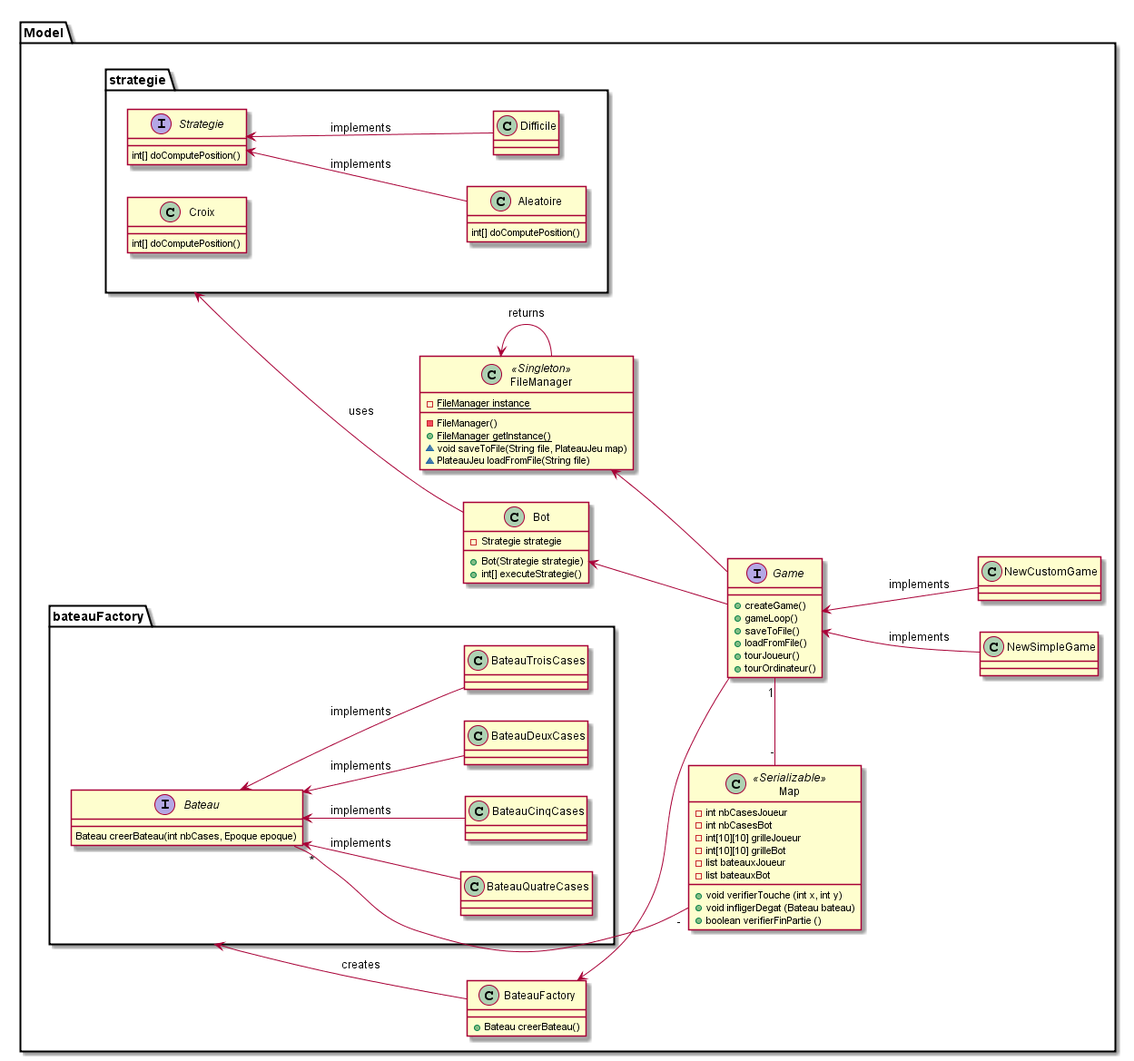
Before: ClassDiagram.png, a diagram exported from PlantUML (sT4R3K/batailleNavale).
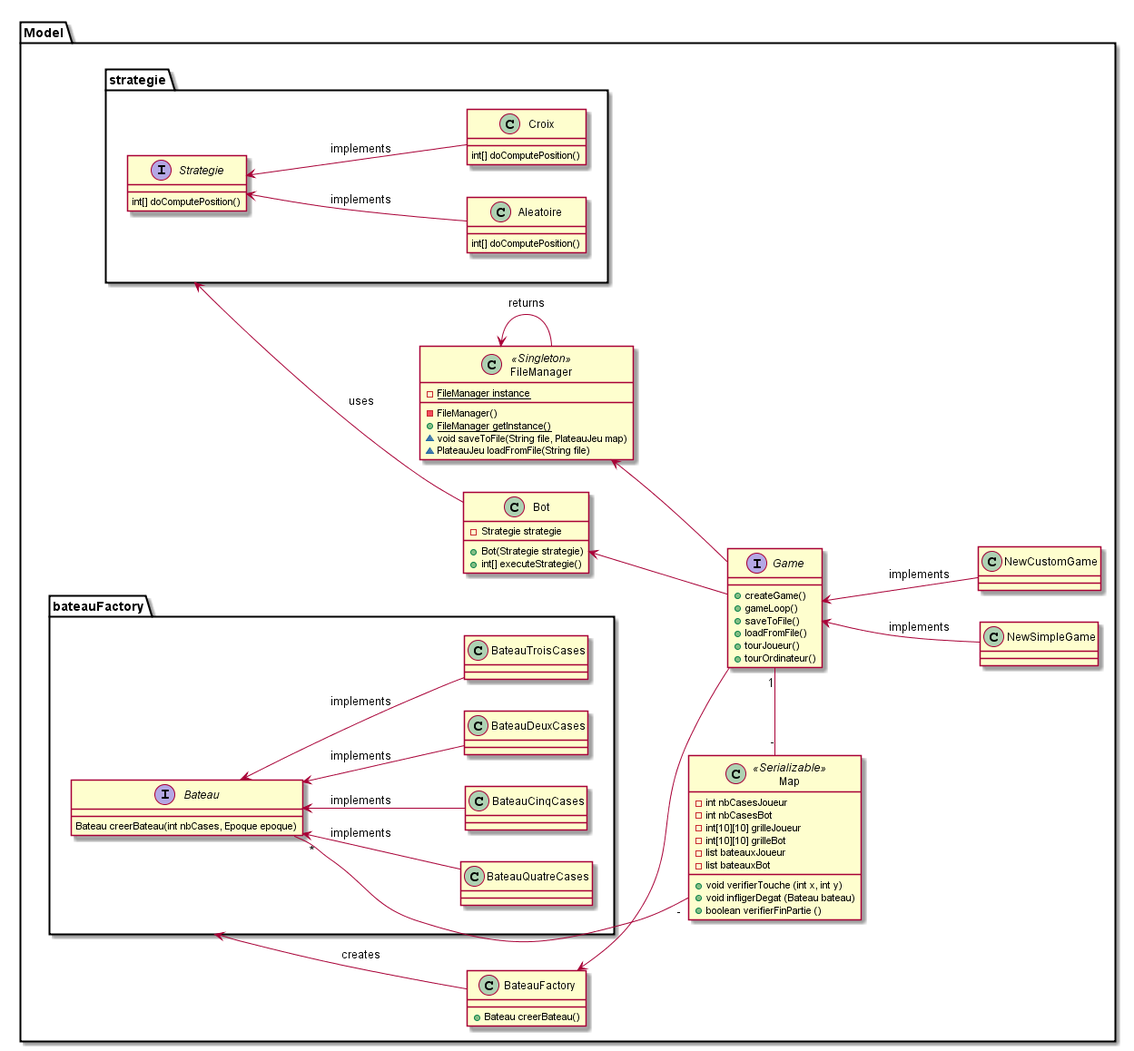
After the change.

Diff of the diagram source:
```diff
@@ -31,7 +31,7 @@
 		class Croix {
 			int[] doComputePosition()
 		}
-		Strategie <-- Difficile : implements
+		Strategie <-- Croix : implements
 	}
 
 	class Bot {
```
